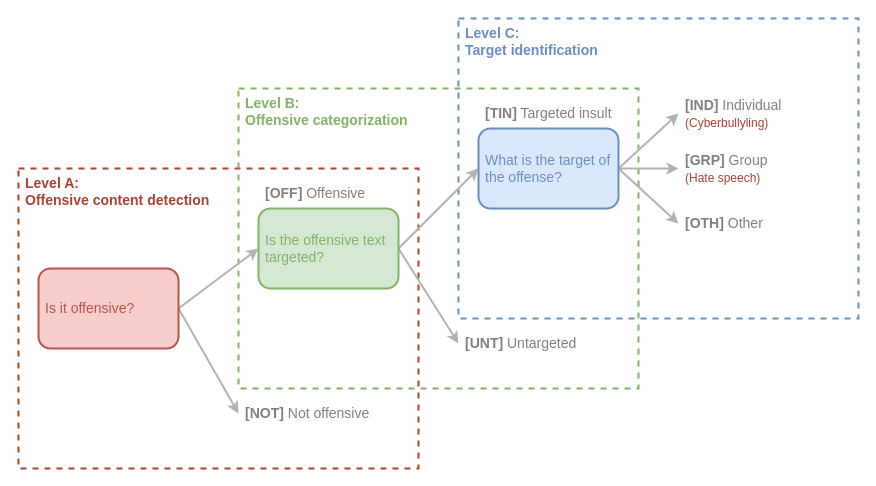
This is page "hierarchical_levels_olid_en" (1 of 4) of docs/diagrams/diagrams.drawio from DougTrajano/ToChiquinho, a draw.io file, before an edit. Source tidied: cells renumbered, new cells numbered last; positions are measured from the earlier drawing's top-left corner, leaving out a move shared by most shapes. Both pictures are drawn from the tidied source at 100%, with x=0, y=0 at pixel (18, 18).
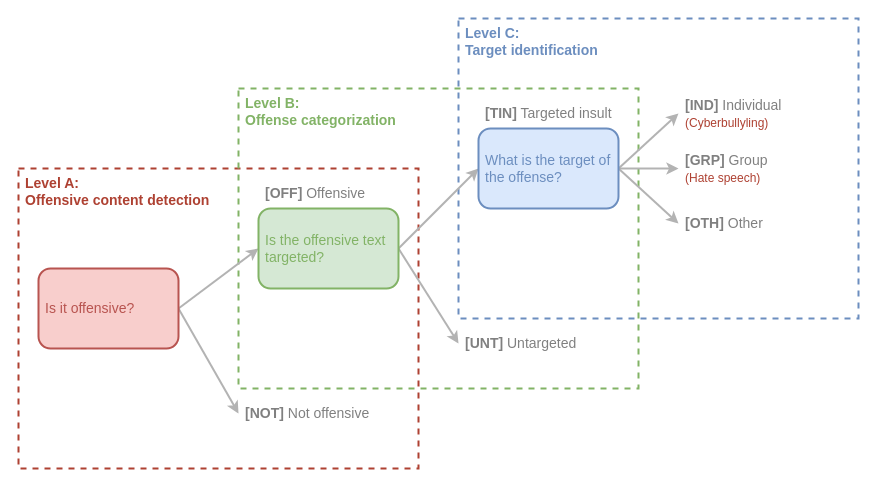
After the change.

Diff of the diagram source:
```diff
@@
-    <mxCell id="3" value="Level B:&lt;br&gt;Offensive categorization" style="rounded=0;whiteSpace=wrap;html=1;strokeColor=#82b366;fillColor=none;verticalAlign=top;align=left;fontColor=#82B366;strokeWidth=2;spacingLeft=5;fontSize=14;fontStyle=1;dashed=1;" parent="1" vertex="1">
+    <mxCell id="3" value="Level B:&lt;br&gt;Offense categorization" style="rounded=0;whiteSpace=wrap;html=1;strokeColor=#82b366;fillColor=none;verticalAlign=top;align=left;fontColor=#82B366;strokeWidth=2;spacingLeft=5;fontSize=14;fontStyle=1;dashed=1;" parent="1" vertex="1">
       <mxGeometry x="220" y="70" width="400" height="300" as="geometry" />
     </mxCell>
```
